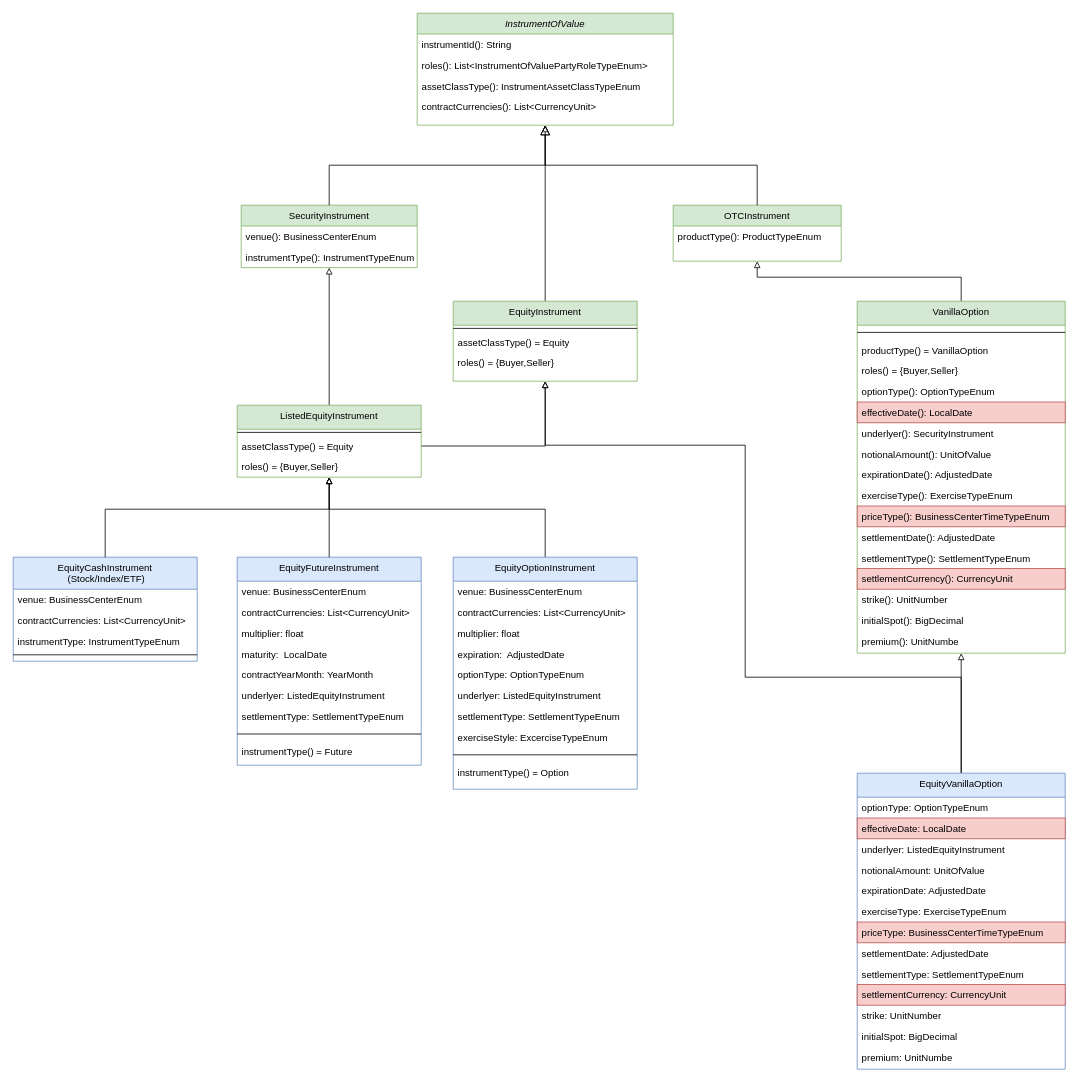
This is page "Instrument" (1 of 2) of risk-engine-data.drawio from blshao84/VaRReportingSys, a draw.io file, before an edit. Source tidied: cells renumbered, new cells numbered last; positions are measured from the earlier drawing's top-left corner, leaving out a move shared by most shapes. Both pictures are drawn from the tidied source at 80%, with x=0, y=0 at pixel (13, 13).
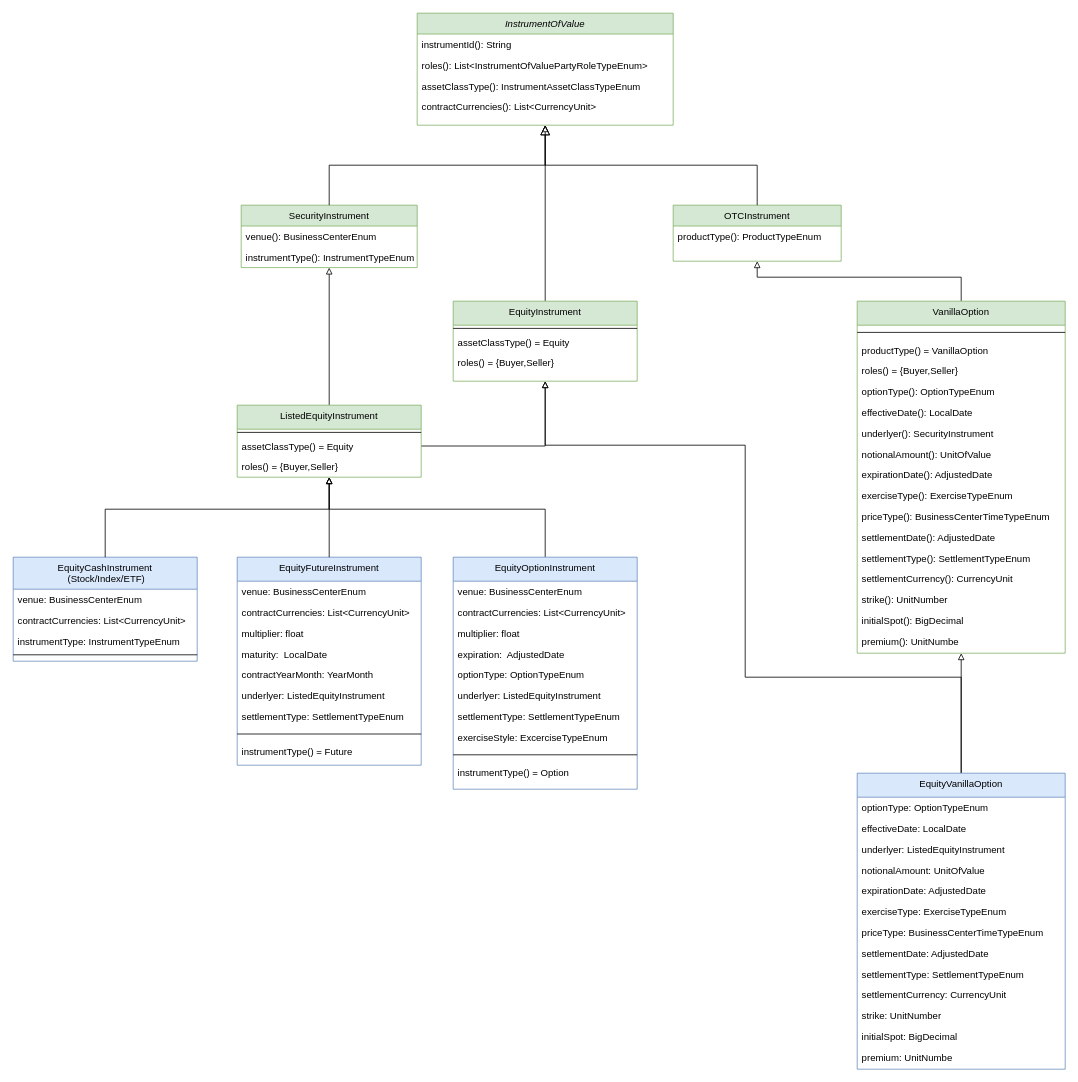
Above is the later version.

Unchanged cells that the change refers to:
```xml
<mxCell id="57" value="VanillaOption" style="swimlane;fontStyle=0;align=center;verticalAlign=top;horizontal=1;startSize=30;rounded=0;shadow=0;strokeWidth=1;fillColor=#d5e8d4;strokeColor=#82b366;" parent="1" vertex="1">
  <mxGeometry x="1055" y="360" width="260" height="440" as="geometry" />
</mxCell>
<mxCell id="74" value="EquityVanillaOption" style="swimlane;fontStyle=0;align=center;verticalAlign=top;horizontal=1;startSize=30;rounded=0;shadow=0;strokeWidth=1;fillColor=#dae8fc;strokeColor=#6c8ebf;" parent="1" vertex="1">
  <mxGeometry x="1055" y="950" width="260" height="370" as="geometry" />
</mxCell>
```

Diff of the diagram source:
```diff
@@
-    <mxCell id="62" value="effectiveDate(): LocalDate" style="text;align=left;verticalAlign=top;spacingLeft=4;spacingRight=4;overflow=hidden;fillColor=#f8cecc;strokeColor=#b85450;" parent="57" vertex="1">
+    <mxCell id="62" value="effectiveDate(): LocalDate" style="text;align=left;verticalAlign=top;spacingLeft=4;spacingRight=4;overflow=hidden;" parent="57" vertex="1">
       <mxGeometry y="126" width="260" height="26" as="geometry" />
     </mxCell>
@@
-    <mxCell id="67" value="priceType(): BusinessCenterTimeTypeEnum" style="text;align=left;verticalAlign=top;spacingLeft=4;spacingRight=4;overflow=hidden;fillColor=#f8cecc;strokeColor=#b85450;" parent="57" vertex="1">
+    <mxCell id="67" value="priceType(): BusinessCenterTimeTypeEnum" style="text;align=left;verticalAlign=top;spacingLeft=4;spacingRight=4;overflow=hidden;" parent="57" vertex="1">
       <mxGeometry y="256" width="260" height="26" as="geometry" />
     </mxCell>
@@
-    <mxCell id="70" value="settlementCurrency(): CurrencyUnit" style="text;align=left;verticalAlign=top;spacingLeft=4;spacingRight=4;overflow=hidden;fillColor=#f8cecc;strokeColor=#b85450;" parent="57" vertex="1">
+    <mxCell id="70" value="settlementCurrency(): CurrencyUnit" style="text;align=left;verticalAlign=top;spacingLeft=4;spacingRight=4;overflow=hidden;" parent="57" vertex="1">
       <mxGeometry y="334" width="260" height="26" as="geometry" />
     </mxCell>
@@
-    <mxCell id="76" value="effectiveDate: LocalDate" style="text;align=left;verticalAlign=top;spacingLeft=4;spacingRight=4;overflow=hidden;fillColor=#f8cecc;strokeColor=#b85450;" parent="74" vertex="1">
+    <mxCell id="76" value="effectiveDate: LocalDate" style="text;align=left;verticalAlign=top;spacingLeft=4;spacingRight=4;overflow=hidden;" parent="74" vertex="1">
       <mxGeometry y="56" width="260" height="26" as="geometry" />
     </mxCell>
@@
-    <mxCell id="81" value="priceType: BusinessCenterTimeTypeEnum" style="text;align=left;verticalAlign=top;spacingLeft=4;spacingRight=4;overflow=hidden;fillColor=#f8cecc;strokeColor=#b85450;" parent="74" vertex="1">
+    <mxCell id="81" value="priceType: BusinessCenterTimeTypeEnum" style="text;align=left;verticalAlign=top;spacingLeft=4;spacingRight=4;overflow=hidden;" parent="74" vertex="1">
       <mxGeometry y="186" width="260" height="26" as="geometry" />
     </mxCell>
@@
-    <mxCell id="84" value="settlementCurrency: CurrencyUnit" style="text;align=left;verticalAlign=top;spacingLeft=4;spacingRight=4;overflow=hidden;fillColor=#f8cecc;strokeColor=#b85450;" parent="74" vertex="1">
+    <mxCell id="84" value="settlementCurrency: CurrencyUnit" style="text;align=left;verticalAlign=top;spacingLeft=4;spacingRight=4;overflow=hidden;" parent="74" vertex="1">
       <mxGeometry y="264" width="260" height="26" as="geometry" />
     </mxCell>
```
